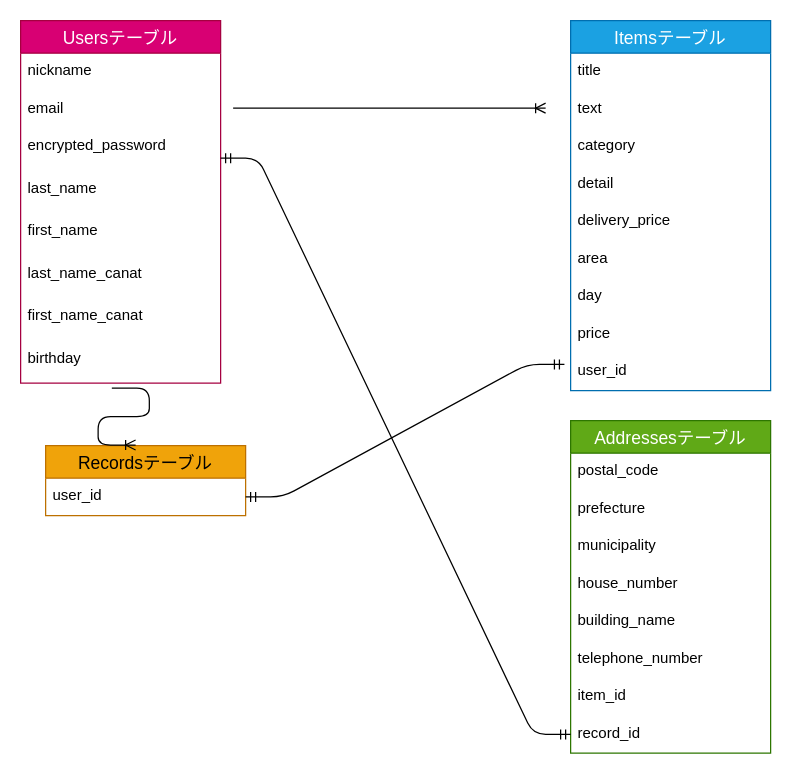
This is furima.dio from bo-domi/furima-36197, a draw.io file, before an edit. Source tidied: cells renumbered, new cells numbered last; positions are measured from the earlier drawing's top-left corner, leaving out a move shared by most shapes. Both pictures are drawn from the tidied source at 125%, with x=0, y=0 at pixel (20, 20).
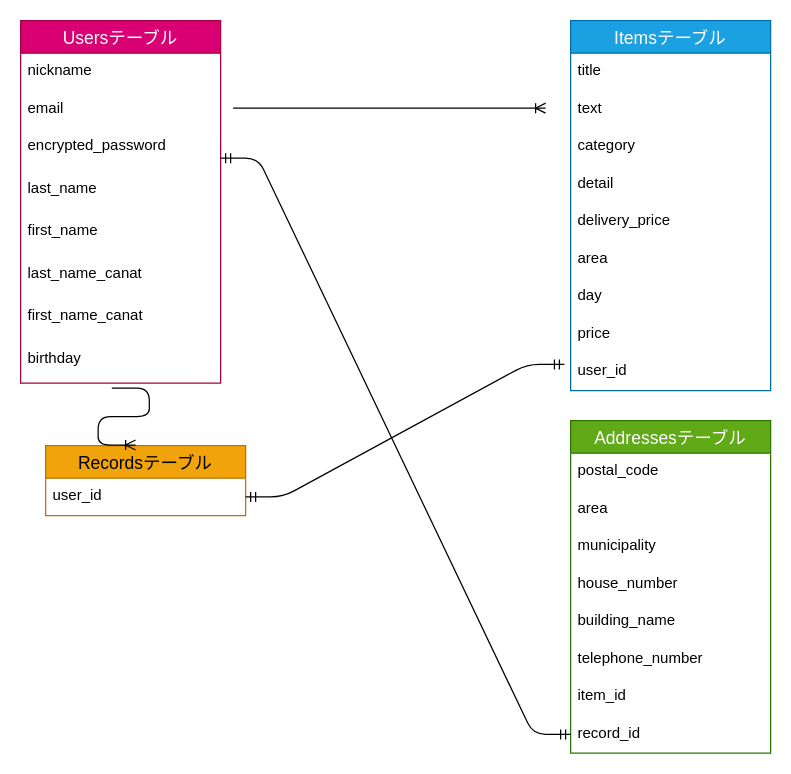
The same diagram, later.

Commit message (it also covers changes not shown here):
データベース再作成7

Unchanged cells that the change refers to:
```xml
<mxCell id="23" value="Addressesテーブル" style="swimlane;fontStyle=0;horizontal=1;startSize=26;align=center;fontSize=14;fillColor=#60a917;strokeColor=#2D7600;fontColor=#ffffff;" parent="1" vertex="1">
  <mxGeometry x="440" y="320" width="160" height="266" as="geometry" />
</mxCell>
```

Change to the diagram source:
```diff
@@
-    <mxCell id="25" value="prefecture" style="text;strokeColor=none;fillColor=none;spacingLeft=4;spacingRight=4;overflow=hidden;fontSize=12;" parent="23" vertex="1">
+    <mxCell id="25" value="area" style="text;strokeColor=none;fillColor=none;spacingLeft=4;spacingRight=4;overflow=hidden;fontSize=12;" parent="23" vertex="1">
       <mxGeometry y="56" width="160" height="30" as="geometry" />
     </mxCell>
```
